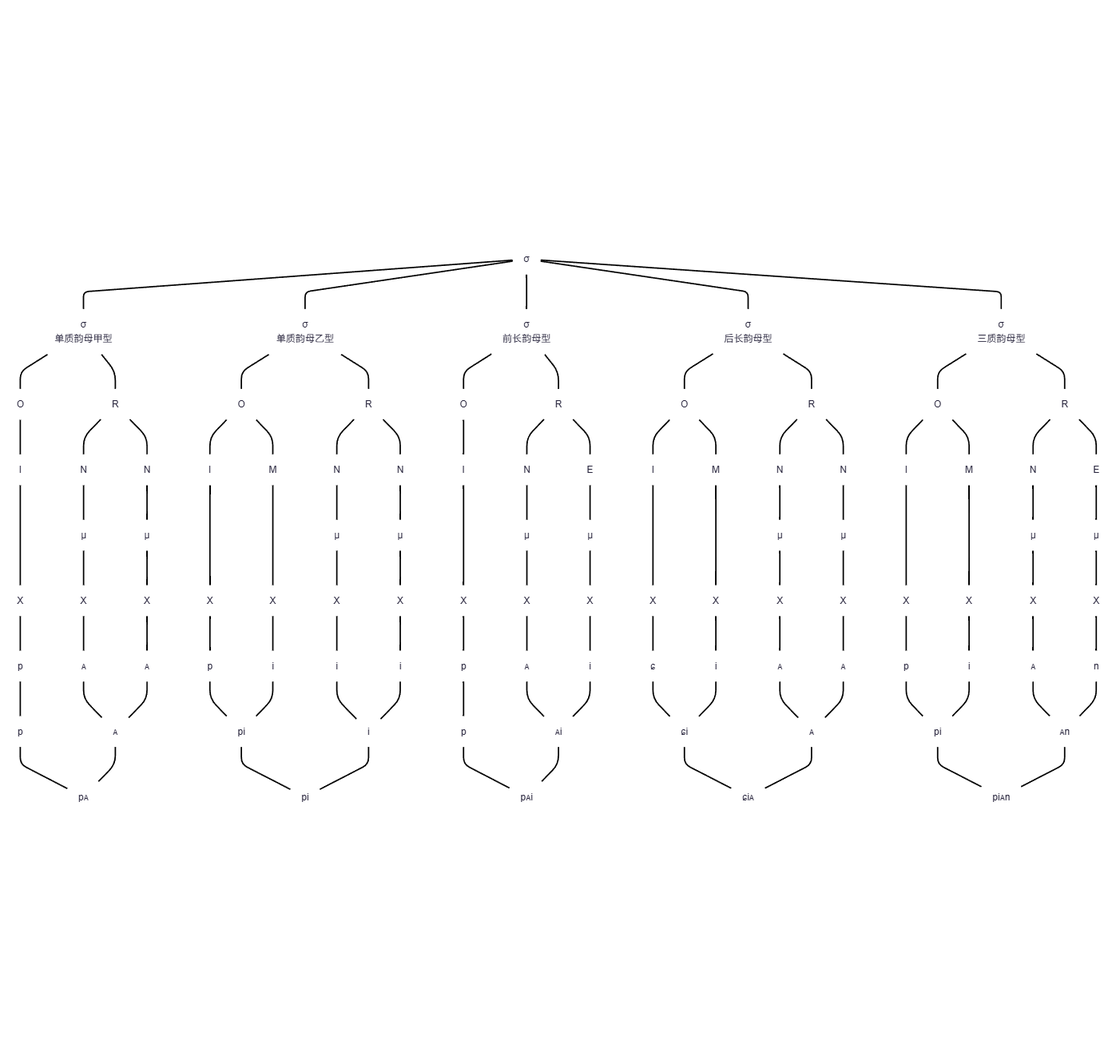
Earlier version of the Mermaid export YIME_Theory/flowchart/节质五种结构类型.png (tsaanghwang/Yime-prototype). Its source is kept beside it as YIME_Theory/flowchart/节质五种结构类型.mmd.
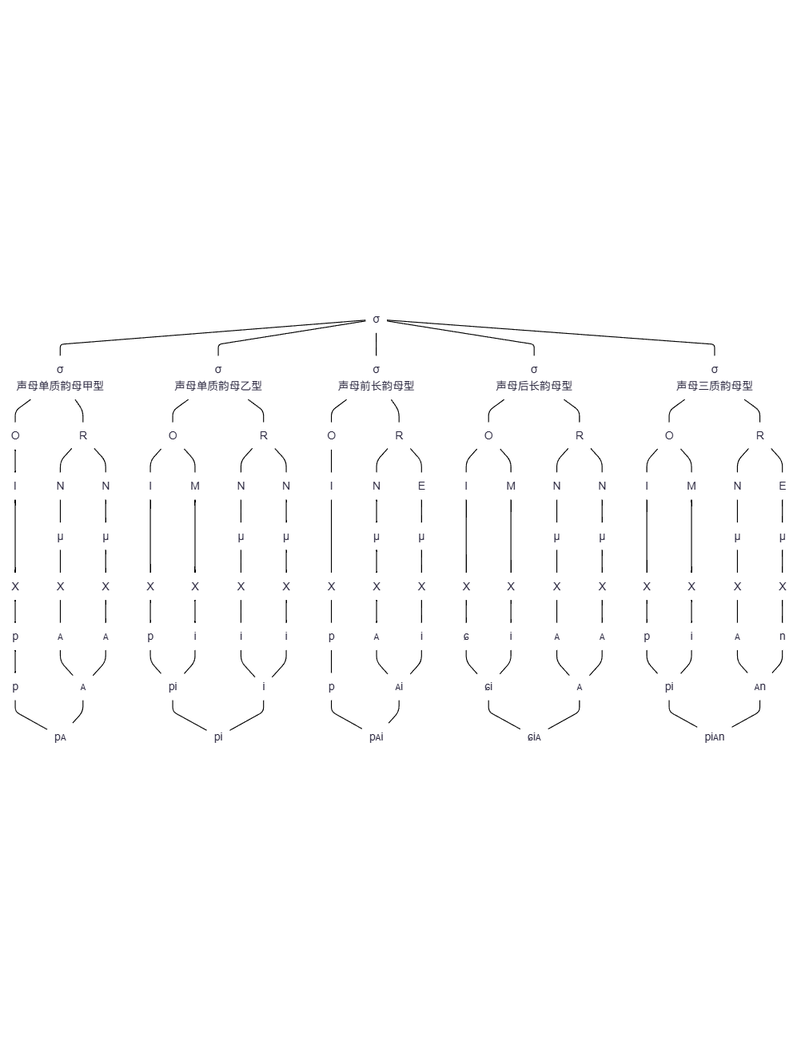
After the change.

Diff of the diagram source:
```diff
@@ -1,9 +1,9 @@
 graph TB
-A[σ]  --- B1[σ<br>单质韵母甲型]
-A --- B2[σ<br>单质韵母乙型]
-A --- B3[σ<br>前长韵母型]
-A --- B4[σ<br>后长韵母型]
-A --- B5[σ<br>三质韵母型]
+A[σ]  --- B1[σ<br>声母单质韵母甲型]
+A --- B2[σ<br>声母单质韵母乙型]
+A --- B3[σ<br>声母前长韵母型]
+A --- B4[σ<br>声母后长韵母型]
+A --- B5[σ<br>声母三质韵母型]
 
 B2 --- C1[O]
 B2 --- C2[R]
@@ -113,7 +113,7 @@
 G14 --- G16[pᴀ]
 G15 --- G16
 
-classDef plain fill:none,stroke:none;
+classDef plain fill:none,stroke:none,font-size:24px;
 class A,B1,B2,B3,B4,B5 plain;
 class C1,C2,C3,C4,C5,C6,C7,C8,C9,C10,C11,C12,C13,C14,C15,C16,C17,C18,C19 plain;
 class D1,D2,D3,D4,D5,D6,D7,D8,D9,D10,D11,D12,D13,D14,D15,D16 plain;
```
